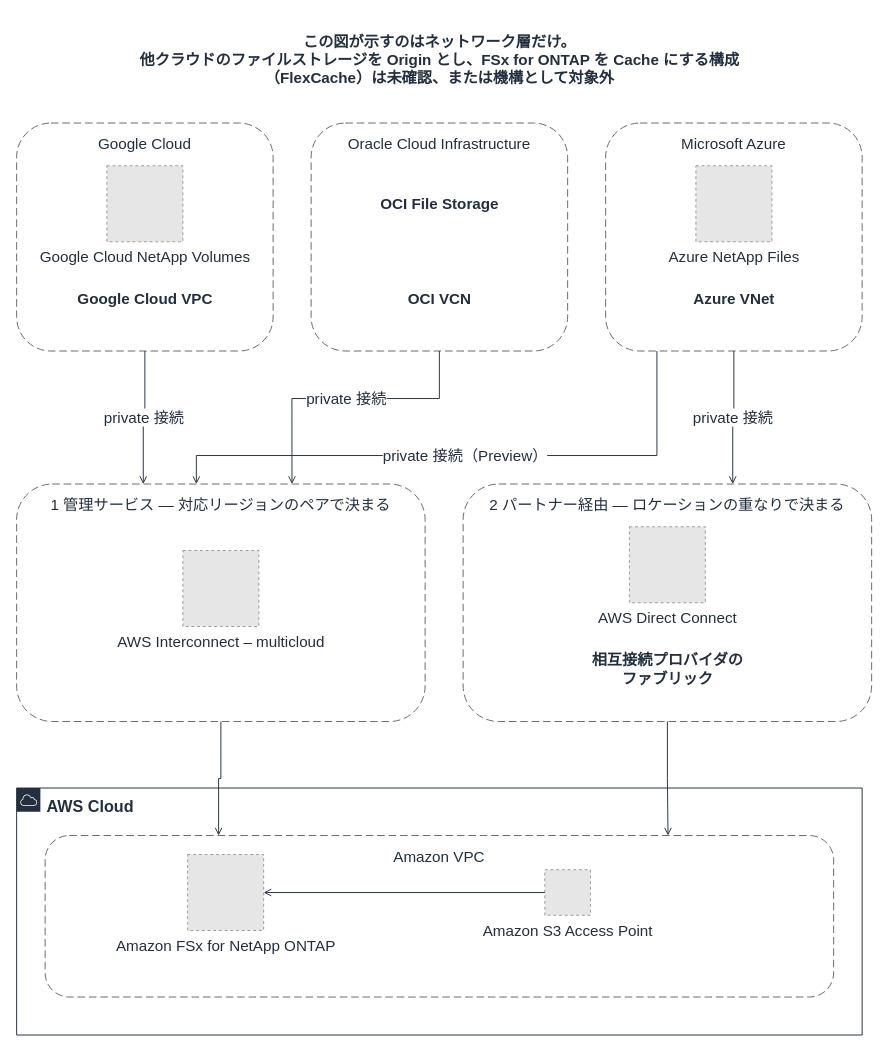
Yoshiki0705/S3-Burst-on-ONTAP-Files keeps this draw.io diagram as docs/_assets/diagrams/s3burst-cross-cloud-connectivity.drawio. Above is the earlier version. Source tidied: cells renumbered, new cells numbered last; positions are measured from the earlier drawing's top-left corner, leaving out a move shared by most shapes. Both pictures are drawn from the tidied source at 95%, with x=0, y=0 at pixel (16, 16). Pictures stored in the file or linked from it are replaced by grey dashed boxes.
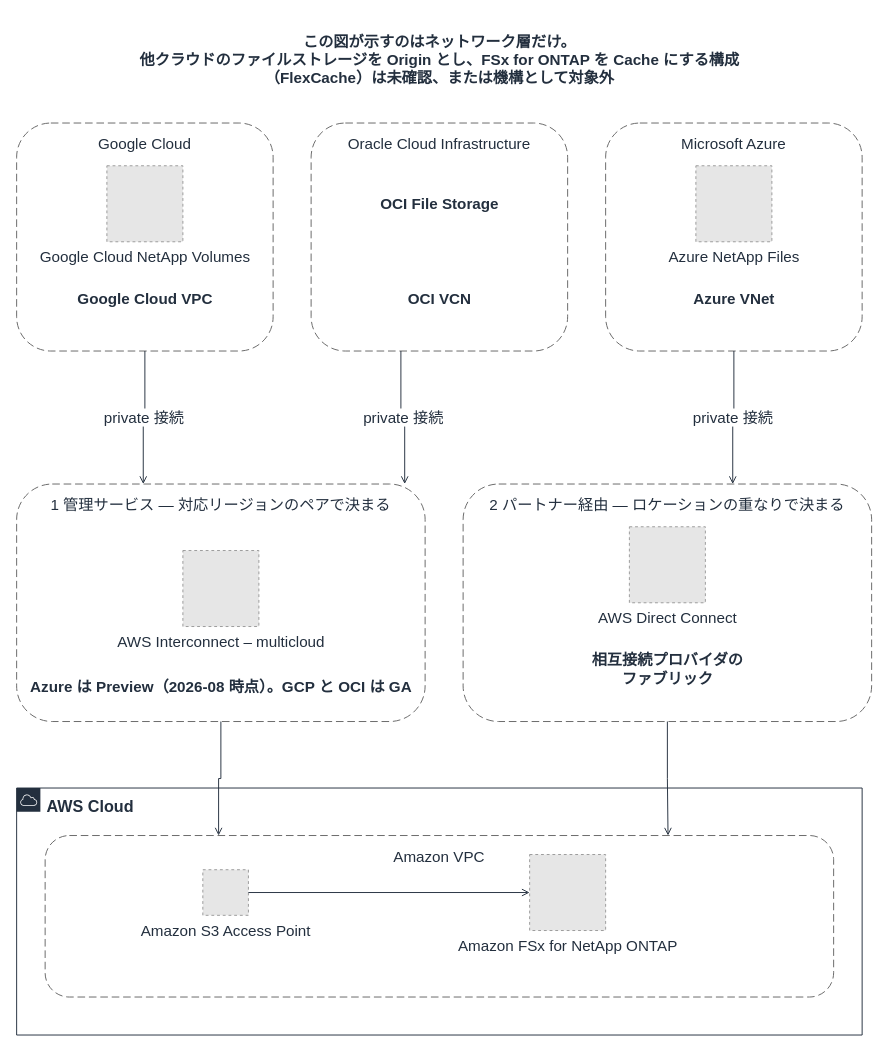
The same page after the edit.

Unchanged cells that the change refers to:
```xml
<mxCell id="4" value="Oracle Cloud Infrastructure" style="rounded=1;whiteSpace=wrap;html=1;dashed=1;dashPattern=8 4;strokeColor=#666666;fillColor=none;fontColor=#232F3E;fontSize=16;verticalAlign=top;align=center;spacingTop=6;" parent="1" vertex="1">
  <mxGeometry x="310" y="112" width="270" height="240" as="geometry" />
</mxCell>
<mxCell id="5" value="Microsoft Azure" style="rounded=1;whiteSpace=wrap;html=1;dashed=1;dashPattern=8 4;strokeColor=#666666;fillColor=none;fontColor=#232F3E;fontSize=16;verticalAlign=top;align=center;spacingTop=6;" parent="1" vertex="1">
  <mxGeometry x="620" y="112" width="270" height="240" as="geometry" />
</mxCell>
<mxCell id="6" value="1 管理サービス — 対応リージョンのペアで決まる" style="rounded=1;whiteSpace=wrap;html=1;dashed=1;dashPattern=8 4;strokeColor=#666666;fillColor=none;fontColor=#232F3E;fontSize=16;verticalAlign=top;align=center;spacingTop=6;" parent="1" vertex="1">
  <mxGeometry y="492" width="430" height="250" as="geometry" />
</mxCell>
```

The edit, as a diff of the source:
```diff
@@
+    <mxCell id="28" value="Azure は Preview（2026-08 時点）。GCP と OCI は GA" style="text;html=1;strokeColor=none;fillColor=none;align=center;verticalAlign=middle;fontSize=16;fontStyle=1;fontColor=#232F3E;" parent="1" vertex="1">
+      <mxGeometry x="15" y="682" width="400" height="46" as="geometry" />
+    </mxCell>
@@
+    <mxCell id="20" value="Amazon S3 Access Point" style="fillColor=#E6E6E6;strokeColor=#999999;dashed=1;html=1;verticalLabelPosition=bottom;verticalAlign=top;labelPosition=center;align=center;fontSize=16;fontColor=#232F3E;" parent="1" vertex="1">
+      <mxGeometry x="196" y="898" width="48" height="48" as="geometry" />
+    </mxCell>
     <mxCell id="19" value="Amazon FSx for NetApp ONTAP" style="fillColor=#E6E6E6;strokeColor=#999999;dashed=1;html=1;verticalLabelPosition=bottom;verticalAlign=top;labelPosition=center;align=center;fontSize=16;fontColor=#232F3E;" parent="1" vertex="1">
-      <mxGeometry x="180" y="882" width="80" height="80" as="geometry" />
+      <mxGeometry x="540" y="882" width="80" height="80" as="geometry" />
     </mxCell>
-    <mxCell id="20" value="Amazon S3 Access Point" style="fillColor=#E6E6E6;strokeColor=#999999;dashed=1;html=1;verticalLabelPosition=bottom;verticalAlign=top;labelPosition=center;align=center;fontSize=16;fontColor=#232F3E;" parent="1" vertex="1">
-      <mxGeometry x="556" y="898" width="48" height="48" as="geometry" />
-    </mxCell>
@@
-    <mxCell id="22" value="private 接続" style="edgeStyle=orthogonalEdgeStyle;rounded=0;html=1;endArrow=open;endFill=0;strokeColor=#232F3E;strokeWidth=1;fontSize=16;fontColor=#232F3E;exitX=0.5;exitY=1;exitDx=0;exitDy=0;entryX=0.674;entryY=0;entryDx=0;entryDy=0;" parent="1" edge="1" source="4" target="6">
-      <mxGeometry relative="1" as="geometry">
-        <Array as="points">
-          <mxPoint x="445" y="402" />
-          <mxPoint x="290" y="402" />
-        </Array>
-      </mxGeometry>
+    <mxCell id="22" value="private 接続" style="edgeStyle=orthogonalEdgeStyle;rounded=0;html=1;endArrow=open;endFill=0;strokeColor=#232F3E;strokeWidth=1;fontSize=16;fontColor=#232F3E;exitX=0.35;exitY=1;exitDx=0;exitDy=0;entryX=0.95;entryY=0;entryDx=0;entryDy=0;" parent="1" edge="1" source="4" target="6">
+      <mxGeometry relative="1" as="geometry" />
     </mxCell>
@@
-    <mxCell id="24" value="private 接続（Preview）" style="edgeStyle=orthogonalEdgeStyle;rounded=0;html=1;endArrow=open;endFill=0;strokeColor=#232F3E;strokeWidth=1;fontSize=16;fontColor=#232F3E;exitX=0.2;exitY=1;exitDx=0;exitDy=0;entryX=0.44;entryY=0;entryDx=0;entryDy=0;" parent="1" edge="1" source="5" target="6">
-      <mxGeometry relative="1" as="geometry">
-        <Array as="points">
-          <mxPoint x="674" y="462" />
-          <mxPoint x="190" y="462" />
-        </Array>
-      </mxGeometry>
-    </mxCell>
```
